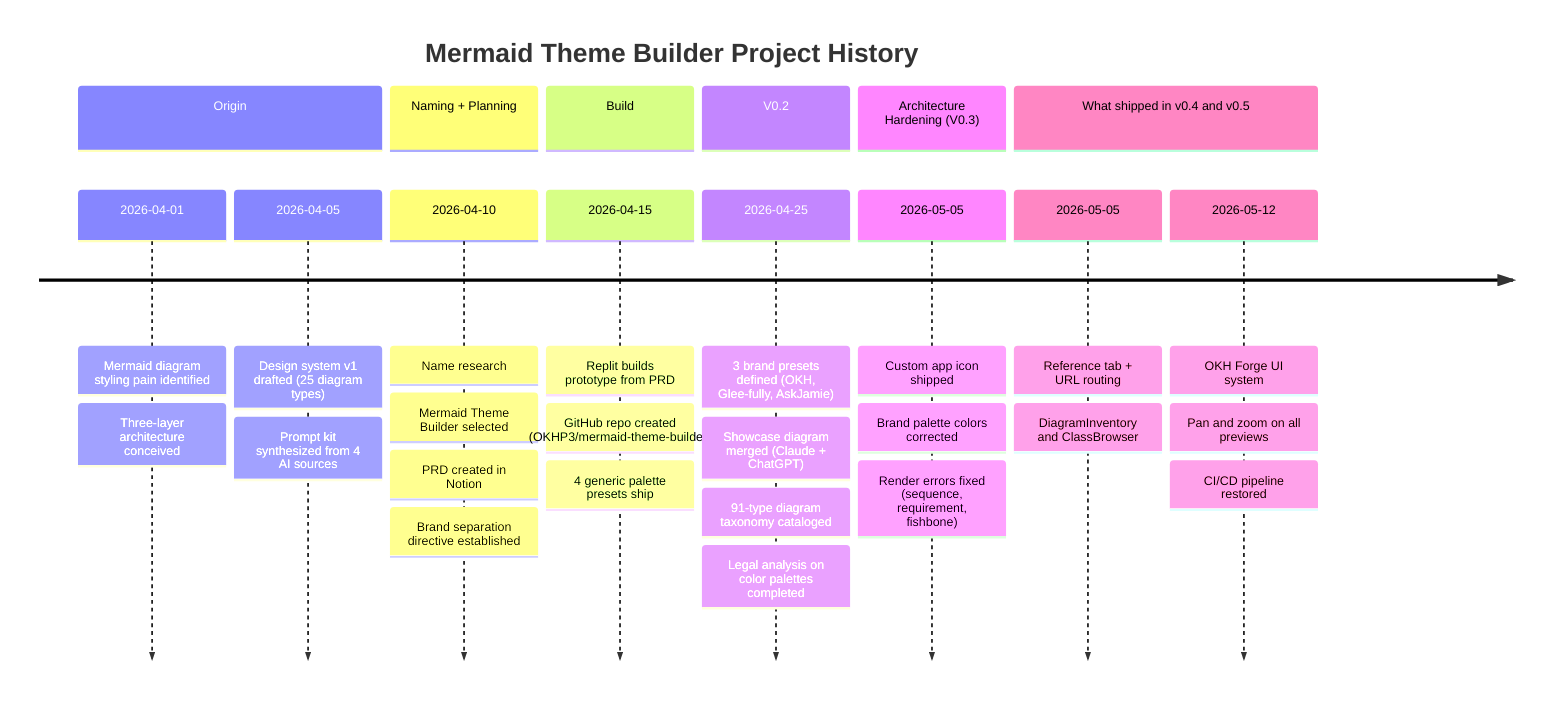
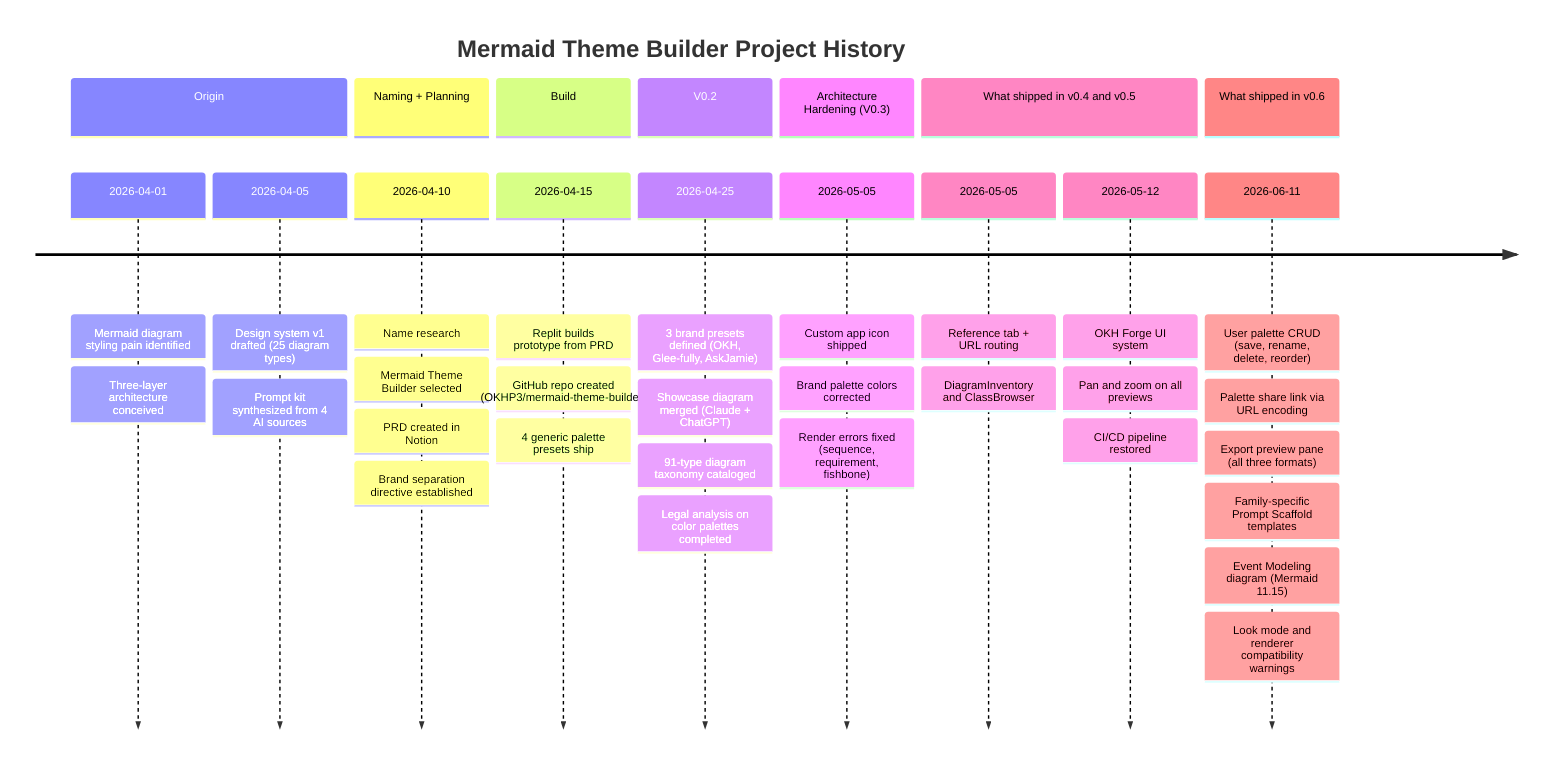
timeline
    title Mermaid Theme Builder Project History
    section Origin
        2026-04-01 : Mermaid diagram styling pain identified
                   : Three-layer architecture conceived
        2026-04-05 : Design system v1 drafted (25 diagram types)
                   : Prompt kit synthesized from 4 AI sources
    section Naming + Planning
        2026-04-10 : Name research: Mermaid Theme Builder selected
                   : PRD created in Notion
                   : Brand separation directive established
    section Build
        2026-04-15 : Replit builds prototype from PRD
                   : GitHub repo created (OKHP3/mermaid-theme-builder)
                   : 4 generic palette presets ship
    section V0.2
        2026-04-25 : 3 brand presets defined (OKH, Glee-fully, AskJamie)
                   : Showcase diagram merged (Claude + ChatGPT)
                   : 91-type diagram taxonomy cataloged
                   : Legal analysis on color palettes completed
    section Architecture Hardening (V0.3)
        2026-05-05 : Custom app icon shipped
                   : Brand palette colors corrected
                   : Render errors fixed (sequence, requirement, fishbone)
    section What shipped in v0.4 and v0.5
        2026-05-05 : Reference tab + URL routing
                   : DiagramInventory and ClassBrowser
        2026-05-12 : OKH Forge UI system
                   : Pan and zoom on all previews
                   : CI/CD pipeline restored
+     section What shipped in v0.6
+         2026-06-11 : User palette CRUD (save, rename, delete, reorder)
+                    : Palette share link via URL encoding
+                    : Export preview pane (all three formats)
+                    : Family-specific Prompt Scaffold templates
+                    : Event Modeling diagram (Mermaid 11.15)
+                    : Look mode and renderer compatibility warnings